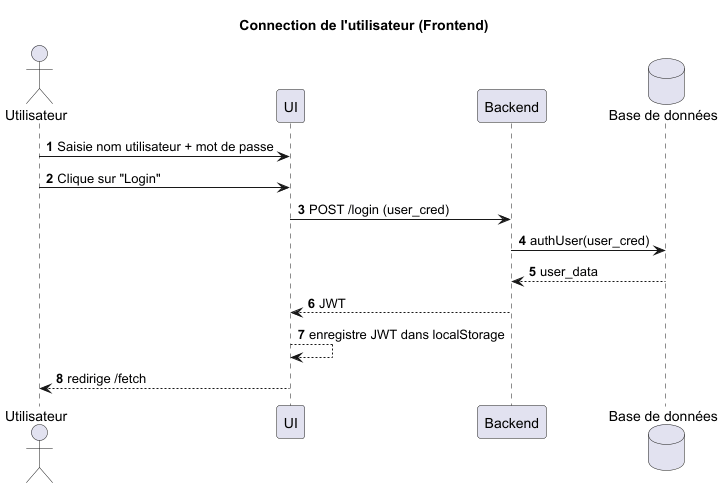
Before: docs/UML/login-sequence-diagram-Connection_de_l_utilisateur__Frontend_.png, a diagram exported from PlantUML (TPI2026-NewsGenerator/NewsGenerator-Frontend). The source it was exported from:
```plantuml
@startuml
title Connection de l'utilisateur (Frontend)
autonumber

actor "Utilisateur" as User
participant "UI" as UI
participant "Backend" as BE
database "Base de données" as DB

User -> UI : Saisie nom utilisateur + mot de passe
User -> UI : Clique sur "Login"

UI -> BE : POST /login (user_cred)
BE -> DB : authUser(user_cred)
DB --> BE : user_data
BE --> UI : JWT

UI --> UI : enregistre JWT dans localStorage
UI --> User : redirige /fetch


@enduml
```
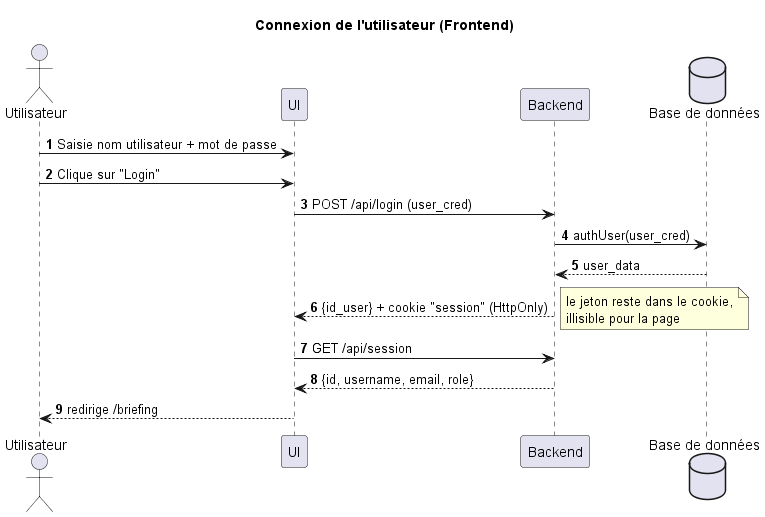
Above is the later version.

Diff of the diagram source:
```diff
@@ -1,5 +1,5 @@
 @startuml
-title Connection de l'utilisateur (Frontend)
+title Connexion de l'utilisateur (Frontend)
 autonumber
 
 actor "Utilisateur" as User
@@ -10,13 +10,14 @@
 User -> UI : Saisie nom utilisateur + mot de passe
 User -> UI : Clique sur "Login"
 
-UI -> BE : POST /login (user_cred)
+UI -> BE : POST /api/login (user_cred)
 BE -> DB : authUser(user_cred)
 DB --> BE : user_data
-BE --> UI : JWT
+BE --> UI : {id_user} + cookie "session" (HttpOnly)
+note right : le jeton reste dans le cookie,\nillisible pour la page
 
-UI --> UI : enregistre JWT dans localStorage
-UI --> User : redirige /fetch
-
+UI -> BE : GET /api/session
+BE --> UI : {id, username, email, role}
+UI --> User : redirige /briefing
 
 @enduml
```
